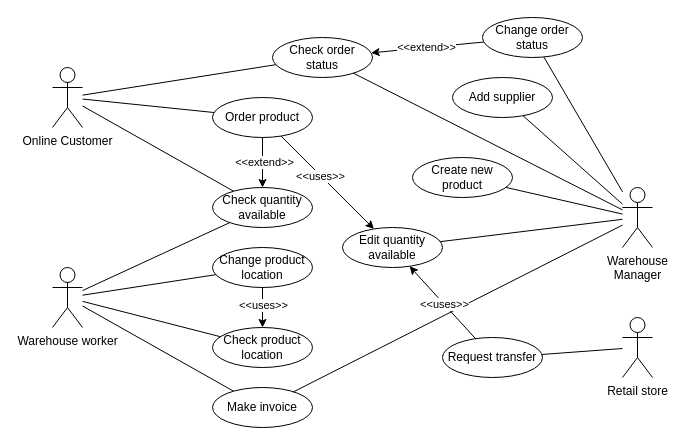
kezutah/CSE-111-Databases-Project keeps this draw.io diagram as UML Version 1.drawio. Above is the earlier version. Source tidied: cells renumbered, new cells numbered last; positions are measured from the earlier drawing's top-left corner, leaving out a move shared by most shapes. Both pictures are drawn from the tidied source at 100%, with x=0, y=0 at pixel (52, 17).
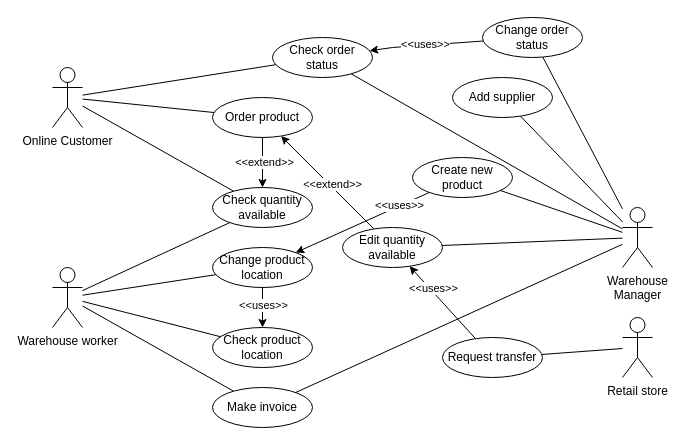
Above is the later version.

The change refers to these unchanged cells:
```xml
<mxCell id="3" value="Order product" style="ellipse;whiteSpace=wrap;html=1;align=center;" parent="1" vertex="1">
  <mxGeometry x="160" y="80" width="100" height="40" as="geometry" />
</mxCell>
<mxCell id="9" value="Edit quantity available" style="ellipse;whiteSpace=wrap;html=1;align=center;" parent="1" vertex="1">
  <mxGeometry x="290" y="210" width="100" height="40" as="geometry" />
</mxCell>
<mxCell id="18" value="Change product location" style="ellipse;whiteSpace=wrap;html=1;align=center;" parent="1" vertex="1">
  <mxGeometry x="160" y="230" width="100" height="40" as="geometry" />
</mxCell>
<mxCell id="21" value="Check order status" style="ellipse;whiteSpace=wrap;html=1;align=center;" parent="1" vertex="1">
  <mxGeometry x="220" y="20" width="100" height="40" as="geometry" />
</mxCell>
<mxCell id="28" value="Change order status" style="ellipse;whiteSpace=wrap;html=1;align=center;" parent="1" vertex="1">
  <mxGeometry x="430" width="100" height="40" as="geometry" />
</mxCell>
<mxCell id="35" style="endArrow=classic;html=1;rounded=0;" parent="1" edge="1" source="33" target="9">
  <mxGeometry relative="1" as="geometry" />
</mxCell>
<mxCell id="39" value="Create new product" style="ellipse;whiteSpace=wrap;html=1;align=center;" parent="1" vertex="1">
  <mxGeometry x="360" y="140" width="100" height="40" as="geometry" />
</mxCell>
```

Change to the diagram source:
```diff
@@
-    <mxCell id="10" style="endArrow=classic;html=1;rounded=0;" parent="1" edge="1" source="3" target="9">
-      <mxGeometry relative="1" as="geometry" />
-    </mxCell>
-    <mxCell id="11" value="&amp;lt;&amp;lt;uses&amp;gt;&amp;gt;" style="edgeLabel;html=1;align=center;verticalAlign=middle;" parent="10" vertex="1">
-      <mxGeometry x="-0.15" y="-1" relative="1" as="geometry" />
-    </mxCell>
@@
     <mxCell id="25" value="Warehouse&lt;br&gt;Manager" style="shape=umlActor;verticalLabelPosition=bottom;verticalAlign=top;html=1;outlineConnect=0;" parent="1" vertex="1">
-      <mxGeometry x="570" y="170" width="30" height="60" as="geometry" />
+      <mxGeometry x="570" y="190" width="30" height="60" as="geometry" />
     </mxCell>
@@
-    <mxCell id="29" style="endArrow=classic;html=1;rounded=0;" parent="1" edge="1" source="28" target="21">
-      <mxGeometry relative="1" as="geometry" />
+    <mxCell id="29" style="endArrow=classic;html=1;rounded=0;startArrow=none;startFill=0;endFill=1;" parent="1" edge="1" source="28" target="21">
+      <mxGeometry relative="1" as="geometry">
+        <Array as="points">
+          <mxPoint x="340" y="30" />
+        </Array>
+      </mxGeometry>
     </mxCell>
-    <mxCell id="30" value="&amp;lt;&amp;lt;extend&amp;gt;&amp;gt;" style="edgeLabel;html=1;align=center;verticalAlign=middle;" parent="29" vertex="1">
+    <mxCell id="30" value="&amp;lt;&amp;lt;uses&amp;gt;&amp;gt;" style="edgeLabel;html=1;align=center;verticalAlign=middle;" parent="29" vertex="1">
       <mxGeometry x="0.02" y="-1" relative="1" as="geometry" />
     </mxCell>
@@
     <mxCell id="36" value="&amp;lt;&amp;lt;uses&amp;gt;&amp;gt;" style="edgeLabel;html=1;align=center;verticalAlign=middle;" parent="35" vertex="1">
-      <mxGeometry x="-0.03" relative="1" as="geometry" />
+      <mxGeometry x="-0.03" relative="1" as="geometry">
+        <mxPoint x="-11" y="-16" as="offset" />
+      </mxGeometry>
     </mxCell>
@@
+    <mxCell id="41" style="endArrow=classic;html=1;rounded=0;" parent="1" edge="1" source="9" target="3">
+      <mxGeometry relative="1" as="geometry" />
+    </mxCell>
+    <mxCell id="42" value="&amp;lt;&amp;lt;extend&amp;gt;&amp;gt;" style="edgeLabel;html=1;align=center;verticalAlign=middle;" parent="41" vertex="1">
+      <mxGeometry x="-0.06" y="-2" relative="1" as="geometry" />
+    </mxCell>
+    <mxCell id="43" style="endArrow=classic;html=1;rounded=0;" parent="1" edge="1" source="39" target="18">
+      <mxGeometry relative="1" as="geometry" />
+    </mxCell>
+    <mxCell id="11" value="&amp;lt;&amp;lt;uses&amp;gt;&amp;gt;" style="edgeLabel;html=1;align=center;verticalAlign=middle;" parent="43" vertex="1">
+      <mxGeometry x="-0.55" y="-1" relative="1" as="geometry" />
+    </mxCell>
```
